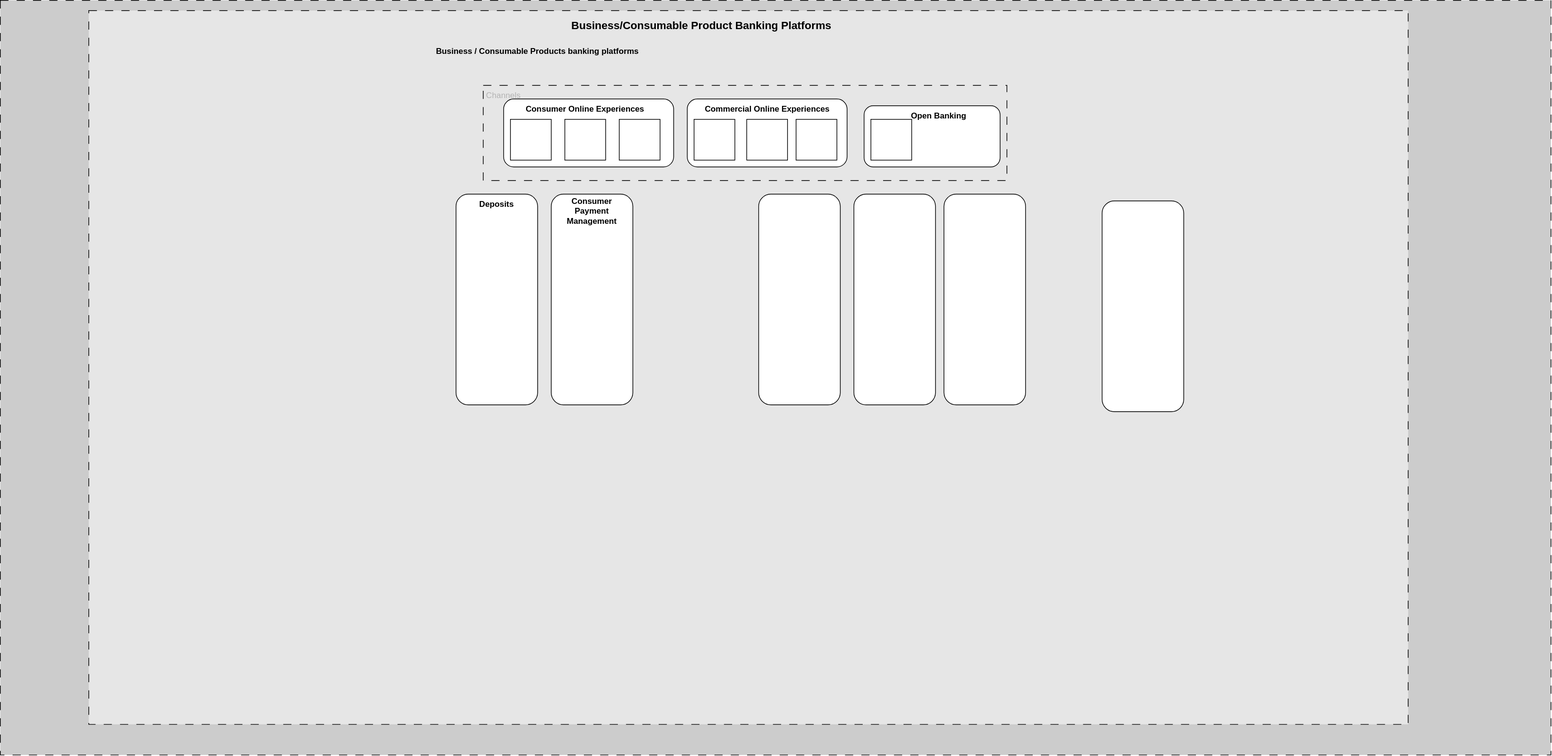
Before: Work Samples/WF/WF_BPPA.drawio.svg, a diagram exported from draw.io (uchiharizvi/design-diagrams). Source tidied: cells renumbered, new cells last; positions are measured from the earlier drawing's top-left corner, leaving out a move shared by most shapes.
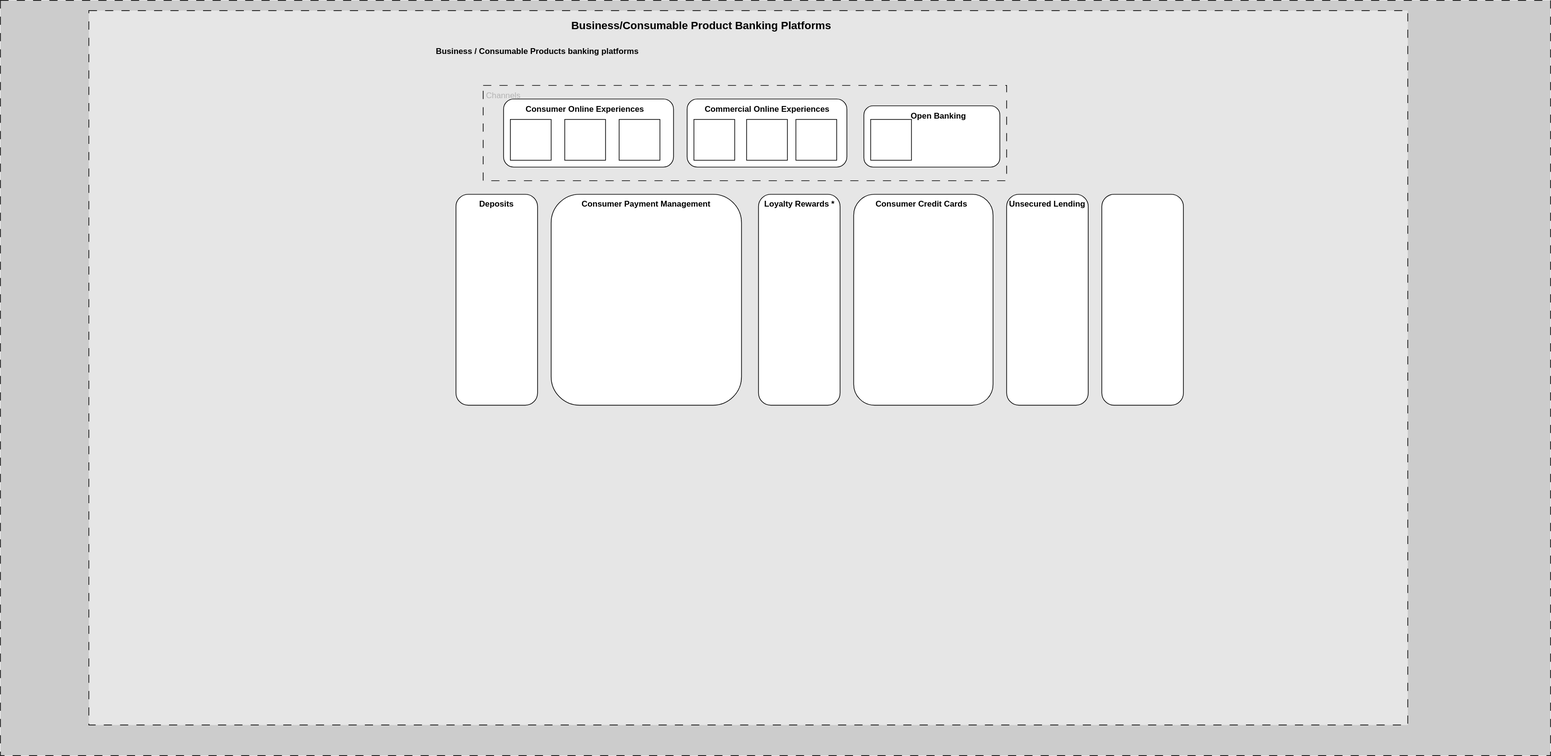
The same diagram one commit later.

What changed in the source:
```diff
@@ -63,25 +63,34 @@
       <mxGeometry x="670" y="285" width="120" height="310" as="geometry" />
     </mxCell>
     <mxCell id="22" style="rounded=1;whiteSpace=wrap;html=1;" parent="1" vertex="1">
-      <mxGeometry x="810" y="285" width="120" height="310" as="geometry" />
+      <mxGeometry x="810" y="285" width="280" height="310" as="geometry" />
     </mxCell>
     <mxCell id="23" style="rounded=1;whiteSpace=wrap;html=1;" parent="1" vertex="1">
       <mxGeometry x="1115" y="285" width="120" height="310" as="geometry" />
     </mxCell>
     <mxCell id="24" style="rounded=1;whiteSpace=wrap;html=1;" parent="1" vertex="1">
-      <mxGeometry x="1255" y="285" width="120" height="310" as="geometry" />
+      <mxGeometry x="1255" y="285" width="205" height="310" as="geometry" />
     </mxCell>
     <mxCell id="25" style="rounded=1;whiteSpace=wrap;html=1;" parent="1" vertex="1">
-      <mxGeometry x="1387.5" y="285" width="120" height="310" as="geometry" />
+      <mxGeometry x="1480" y="285" width="120" height="310" as="geometry" />
     </mxCell>
     <mxCell id="26" style="rounded=1;whiteSpace=wrap;html=1;" parent="1" vertex="1">
-      <mxGeometry x="1620" y="295" width="120" height="310" as="geometry" />
+      <mxGeometry x="1620" y="285" width="120" height="310" as="geometry" />
     </mxCell>
     <mxCell id="27" value="&lt;b&gt;Deposits&lt;/b&gt;" style="text;html=1;align=center;verticalAlign=middle;whiteSpace=wrap;rounded=0;" parent="1" vertex="1">
       <mxGeometry x="700" y="285" width="60" height="30" as="geometry" />
     </mxCell>
     <mxCell id="28" value="&lt;b&gt;Consumer Payment Management&lt;/b&gt;" style="text;html=1;align=center;verticalAlign=middle;whiteSpace=wrap;rounded=0;" parent="1" vertex="1">
-      <mxGeometry x="840" y="295" width="60" height="30" as="geometry" />
+      <mxGeometry x="850" y="285" width="200" height="30" as="geometry" />
     </mxCell>
+    <mxCell id="29" value="&lt;b&gt;Loyalty Rewards *&lt;/b&gt;" style="text;html=1;align=center;verticalAlign=middle;whiteSpace=wrap;rounded=0;" parent="1" vertex="1">
+      <mxGeometry x="1117.5" y="285" width="115" height="30" as="geometry" />
+    </mxCell>
+    <mxCell id="30" value="&lt;b&gt;Consumer Credit Cards&lt;/b&gt;" style="text;html=1;align=center;verticalAlign=middle;whiteSpace=wrap;rounded=0;" parent="1" vertex="1">
+      <mxGeometry x="1280" y="285" width="150" height="30" as="geometry" />
+    </mxCell>
+    <mxCell id="31" value="&lt;b&gt;Unsecured Lending&lt;/b&gt;" style="text;html=1;align=center;verticalAlign=middle;whiteSpace=wrap;rounded=0;" parent="1" vertex="1">
+      <mxGeometry x="1465" y="285" width="150" height="30" as="geometry" />
+    </mxCell>
   </root>
 </mxGraphModel>
```
